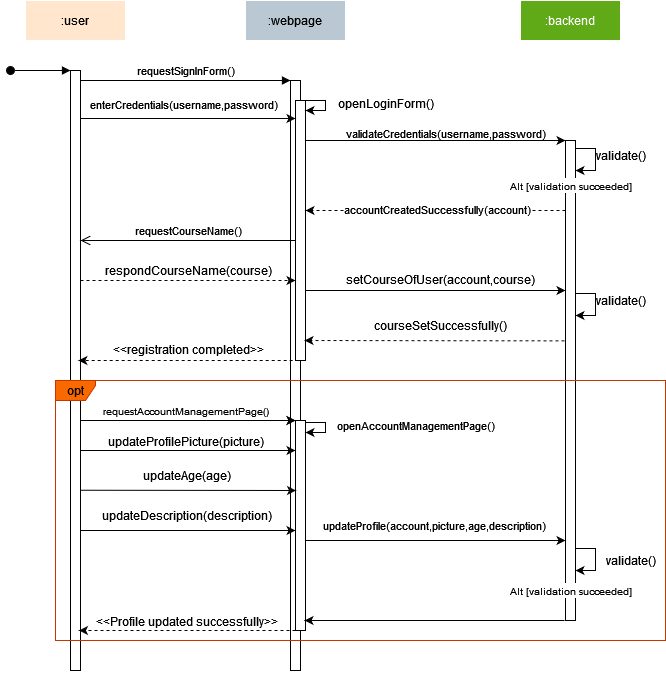
Earlier version of the draw.io export docs/diagrams/ProfilePersonalizationSequenceDiagram.drawio.png (SE-TINF22B6/DHBWhub). Source tidied: cells renumbered, new cells last; positions are measured from the earlier drawing's top-left corner, leaving out a move shared by most shapes.
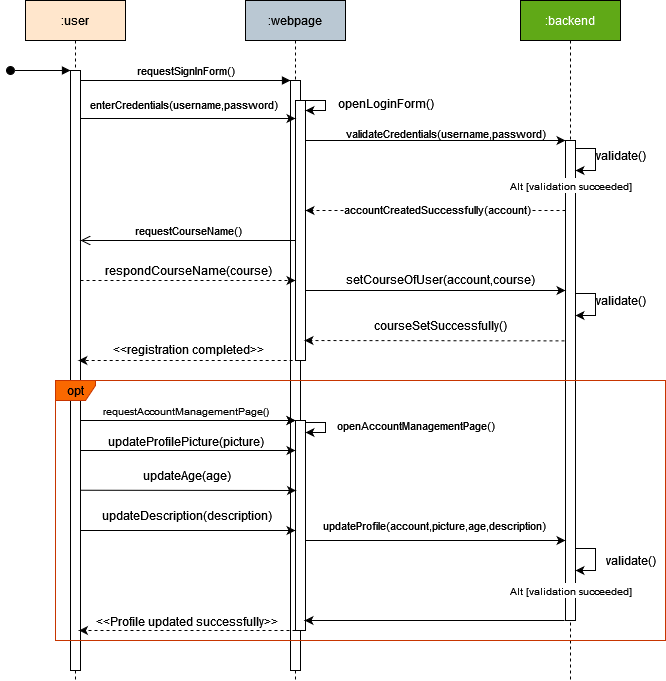
After the commit.

The edit, as a diff of the source:
```diff
@@ -2,7 +2,7 @@
   <root>
     <mxCell id="0" />
     <mxCell id="1" parent="0" />
-    <mxCell id="2" value=":user" style="shape=umlLifeline;perimeter=lifelinePerimeter;whiteSpace=wrap;html=1;newEdgeStyle={&quot;edgeStyle&quot;:&quot;elbowEdgeStyle&quot;,&quot;elbow&quot;:&quot;vertical&quot;,&quot;curved&quot;:0,&quot;rounded&quot;:0};fillColor=#ffe6cc;strokeColor=#FFFFFF;" parent="1" vertex="1">
+    <mxCell id="2" value=":user" style="shape=umlLifeline;perimeter=lifelinePerimeter;whiteSpace=wrap;html=1;newEdgeStyle={&quot;edgeStyle&quot;:&quot;elbowEdgeStyle&quot;,&quot;elbow&quot;:&quot;vertical&quot;,&quot;curved&quot;:0,&quot;rounded&quot;:0};fillColor=#ffe6cc;strokeColor=#000000;" parent="1" vertex="1">
       <mxGeometry x="15" width="100" height="680" as="geometry" />
     </mxCell>
     <mxCell id="3" style="html=1;points=[];perimeter=orthogonalPerimeter;outlineConnect=0;targetShapes=umlLifeline;portConstraint=eastwest;newEdgeStyle={&quot;edgeStyle&quot;:&quot;elbowEdgeStyle&quot;,&quot;elbow&quot;:&quot;vertical&quot;,&quot;curved&quot;:0,&quot;rounded&quot;:0};" parent="2" vertex="1">
@@ -13,7 +13,7 @@
         <mxPoint x="-15" y="70" as="sourcePoint" />
       </mxGeometry>
     </mxCell>
-    <mxCell id="5" value=":webpage" style="shape=umlLifeline;perimeter=lifelinePerimeter;whiteSpace=wrap;html=1;newEdgeStyle={&quot;edgeStyle&quot;:&quot;elbowEdgeStyle&quot;,&quot;elbow&quot;:&quot;vertical&quot;,&quot;curved&quot;:0,&quot;rounded&quot;:0};fillColor=#bac8d3;strokeColor=#FFFFFF;" parent="1" vertex="1">
+    <mxCell id="5" value=":webpage" style="shape=umlLifeline;perimeter=lifelinePerimeter;whiteSpace=wrap;html=1;newEdgeStyle={&quot;edgeStyle&quot;:&quot;elbowEdgeStyle&quot;,&quot;elbow&quot;:&quot;vertical&quot;,&quot;curved&quot;:0,&quot;rounded&quot;:0};fillColor=#bac8d3;strokeColor=#000000;" parent="1" vertex="1">
       <mxGeometry x="235" width="100" height="680" as="geometry" />
     </mxCell>
     <mxCell id="6" style="html=1;points=[];perimeter=orthogonalPerimeter;outlineConnect=0;targetShapes=umlLifeline;portConstraint=eastwest;newEdgeStyle={&quot;edgeStyle&quot;:&quot;elbowEdgeStyle&quot;,&quot;elbow&quot;:&quot;vertical&quot;,&quot;curved&quot;:0,&quot;rounded&quot;:0};" parent="5" vertex="1">
@@ -51,7 +51,7 @@
         </Array>
       </mxGeometry>
     </mxCell>
-    <mxCell id="12" value=":backend" style="shape=umlLifeline;perimeter=lifelinePerimeter;whiteSpace=wrap;html=1;newEdgeStyle={&quot;edgeStyle&quot;:&quot;elbowEdgeStyle&quot;,&quot;elbow&quot;:&quot;vertical&quot;,&quot;curved&quot;:0,&quot;rounded&quot;:0};fillColor=#60a917;strokeColor=#FFFFFF;fontColor=#ffffff;" parent="1" vertex="1">
+    <mxCell id="12" value=":backend" style="shape=umlLifeline;perimeter=lifelinePerimeter;whiteSpace=wrap;html=1;newEdgeStyle={&quot;edgeStyle&quot;:&quot;elbowEdgeStyle&quot;,&quot;elbow&quot;:&quot;vertical&quot;,&quot;curved&quot;:0,&quot;rounded&quot;:0};fillColor=#60a917;strokeColor=#000000;fontColor=#ffffff;" parent="1" vertex="1">
       <mxGeometry x="510" width="100" height="680" as="geometry" />
     </mxCell>
     <mxCell id="13" style="html=1;points=[];perimeter=orthogonalPerimeter;outlineConnect=0;targetShapes=umlLifeline;portConstraint=eastwest;newEdgeStyle={&quot;edgeStyle&quot;:&quot;elbowEdgeStyle&quot;,&quot;elbow&quot;:&quot;vertical&quot;,&quot;curved&quot;:0,&quot;rounded&quot;:0};" parent="12" vertex="1">
```
